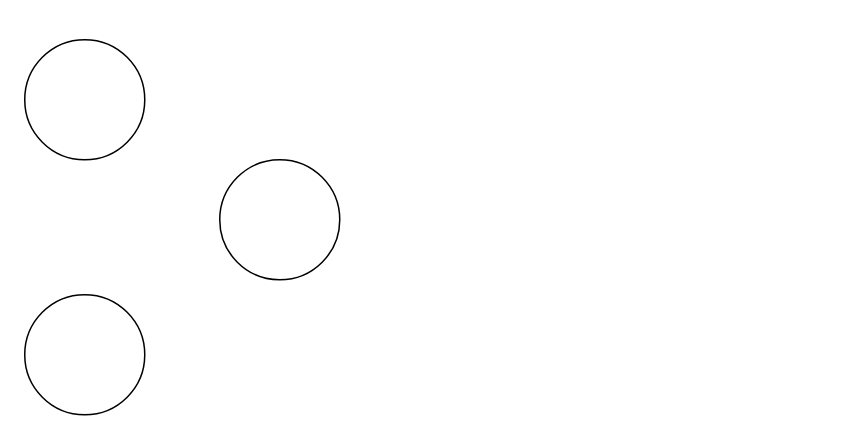
The draw.io diagram test.drawio in wangbin2188/draw, before the edit. Source tidied: cells renumbered, new cells numbered last; positions are measured from the earlier drawing's top-left corner, leaving out a move shared by most shapes. Both pictures are drawn from the tidied source at 150%, with x=0, y=0 at pixel (24, 39).
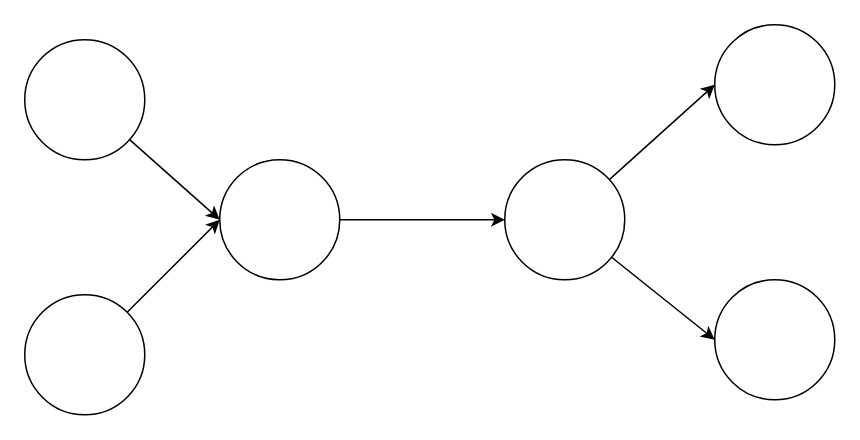
The same diagram, later.

Change to the diagram source:
```diff
@@
 <mxGraphModel>
   <root>
     <mxCell id="0" />
     <mxCell id="1" parent="0" />
+    <mxCell id="5" style="rounded=0;jettySize=auto;html=1;entryX=0;entryY=0.5;entryDx=0;entryDy=0;" parent="1" edge="1" source="2" target="4">
+      <mxGeometry relative="1" as="geometry" />
+    </mxCell>
     <mxCell id="2" style="ellipse;whiteSpace=wrap;html=1;" parent="1" vertex="1">
       <mxGeometry width="80" height="80" as="geometry" />
     </mxCell>
+    <mxCell id="6" style="rounded=0;jettySize=auto;html=1;entryX=0;entryY=0.5;entryDx=0;entryDy=0;" parent="1" edge="1" source="3" target="4">
+      <mxGeometry relative="1" as="geometry" />
+    </mxCell>
     <mxCell id="3" style="ellipse;whiteSpace=wrap;html=1;" parent="1" vertex="1">
       <mxGeometry y="170" width="80" height="80" as="geometry" />
     </mxCell>
+    <mxCell id="7" style="edgeStyle=orthogonalEdgeStyle;rounded=0;jettySize=auto;html=1;entryX=0;entryY=0.5;entryDx=0;entryDy=0;" parent="1" edge="1" source="4" target="10">
+      <mxGeometry relative="1" as="geometry" />
+    </mxCell>
     <mxCell id="4" style="ellipse;whiteSpace=wrap;html=1;" parent="1" vertex="1">
       <mxGeometry x="130" y="80" width="80" height="80" as="geometry" />
     </mxCell>
+    <mxCell id="8" style="edgeStyle=none;rounded=0;jettySize=auto;html=1;entryX=0;entryY=0.5;entryDx=0;entryDy=0;" parent="1" edge="1" source="10" target="11">
+      <mxGeometry relative="1" as="geometry" />
+    </mxCell>
+    <mxCell id="9" style="edgeStyle=none;rounded=0;jettySize=auto;html=1;entryX=0;entryY=0.5;entryDx=0;entryDy=0;" parent="1" edge="1" source="10" target="12">
+      <mxGeometry relative="1" as="geometry" />
+    </mxCell>
+    <mxCell id="10" style="ellipse;whiteSpace=wrap;html=1;" parent="1" vertex="1">
+      <mxGeometry x="320" y="80" width="80" height="80" as="geometry" />
+    </mxCell>
+    <mxCell id="11" style="ellipse;whiteSpace=wrap;html=1;" parent="1" vertex="1">
+      <mxGeometry x="460" y="-10" width="80" height="80" as="geometry" />
+    </mxCell>
+    <mxCell id="12" style="ellipse;whiteSpace=wrap;html=1;" parent="1" vertex="1">
+      <mxGeometry x="460" y="160" width="80" height="80" as="geometry" />
+    </mxCell>
   </root>
 </mxGraphModel>
```
